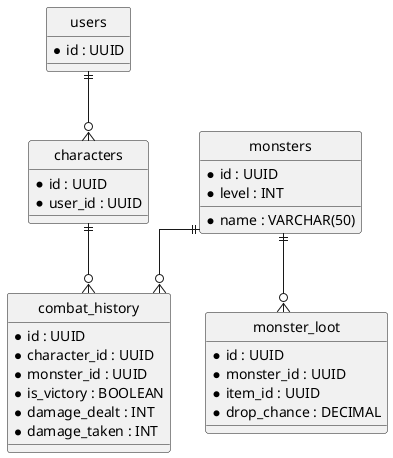
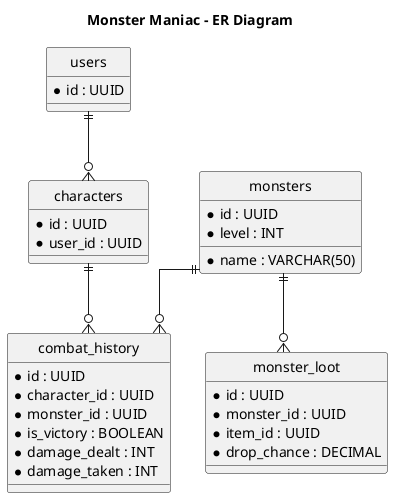
@startuml er-diagram
+ title Monster Maniac - ER Diagram
hide circle
skinparam linetype ortho

entity "users" as users {
  *id : UUID
}

entity "characters" as characters {
  *id : UUID
  *user_id : UUID
}

entity "monsters" as monsters {
  *id : UUID
  *name : VARCHAR(50)
  *level : INT
}

entity "monster_loot" as monster_loot {
  *id : UUID
  *monster_id : UUID
  *item_id : UUID
  *drop_chance : DECIMAL
}

entity "combat_history" as combat_history {
  *id : UUID
  *character_id : UUID
  *monster_id : UUID
  *is_victory : BOOLEAN
  *damage_dealt : INT
  *damage_taken : INT
}

users ||--o{ characters
monsters ||--o{ monster_loot
characters ||--o{ combat_history
monsters ||--o{ combat_history

@enduml
